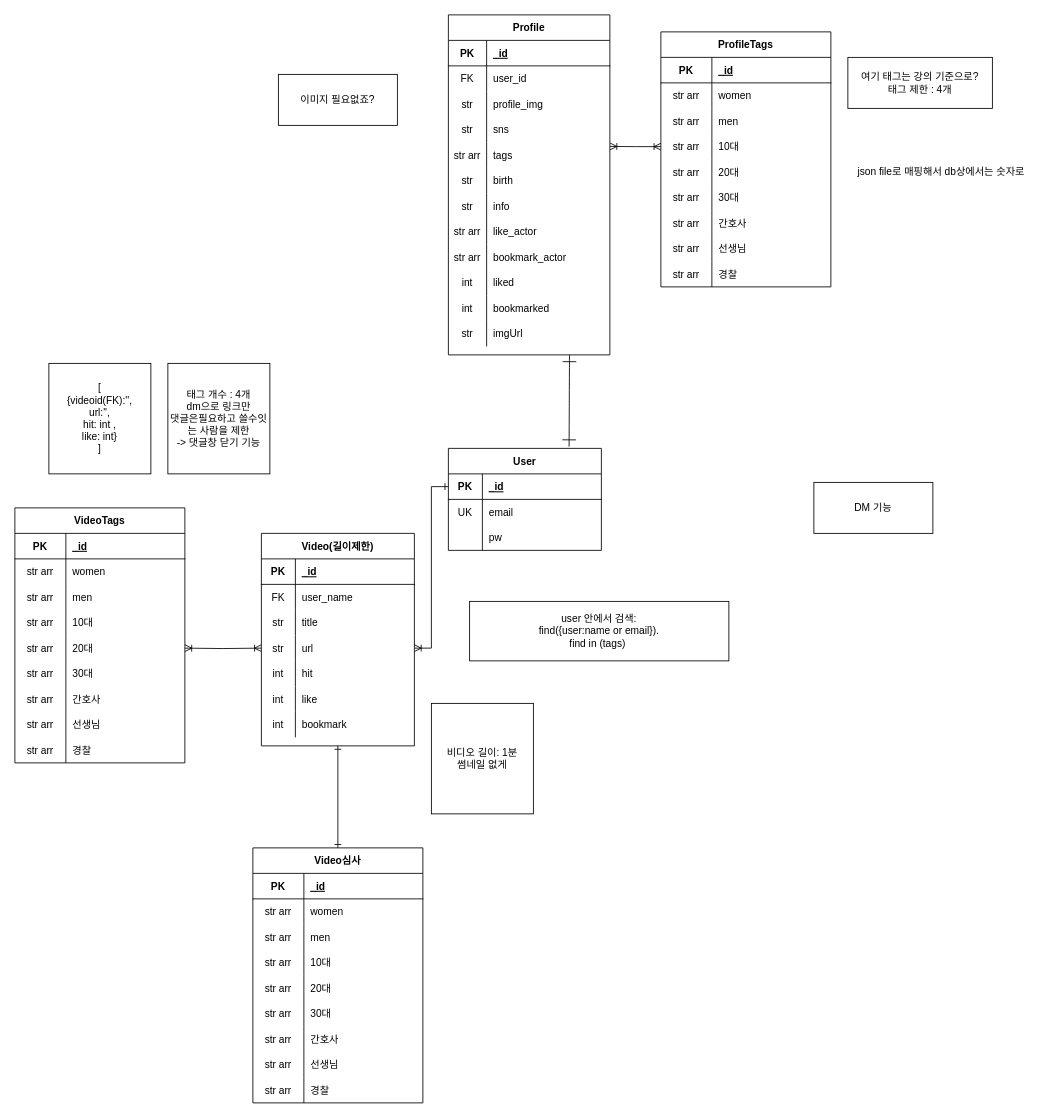
Above: cast2.drawio in wookyoon/cast (draw.io), before the change. Source tidied: cells renumbered, new cells numbered last; positions are measured from the earlier drawing's top-left corner, leaving out a move shared by most shapes. Both pictures are drawn from the tidied source at 85%, with x=0, y=0 at pixel (14, 14).
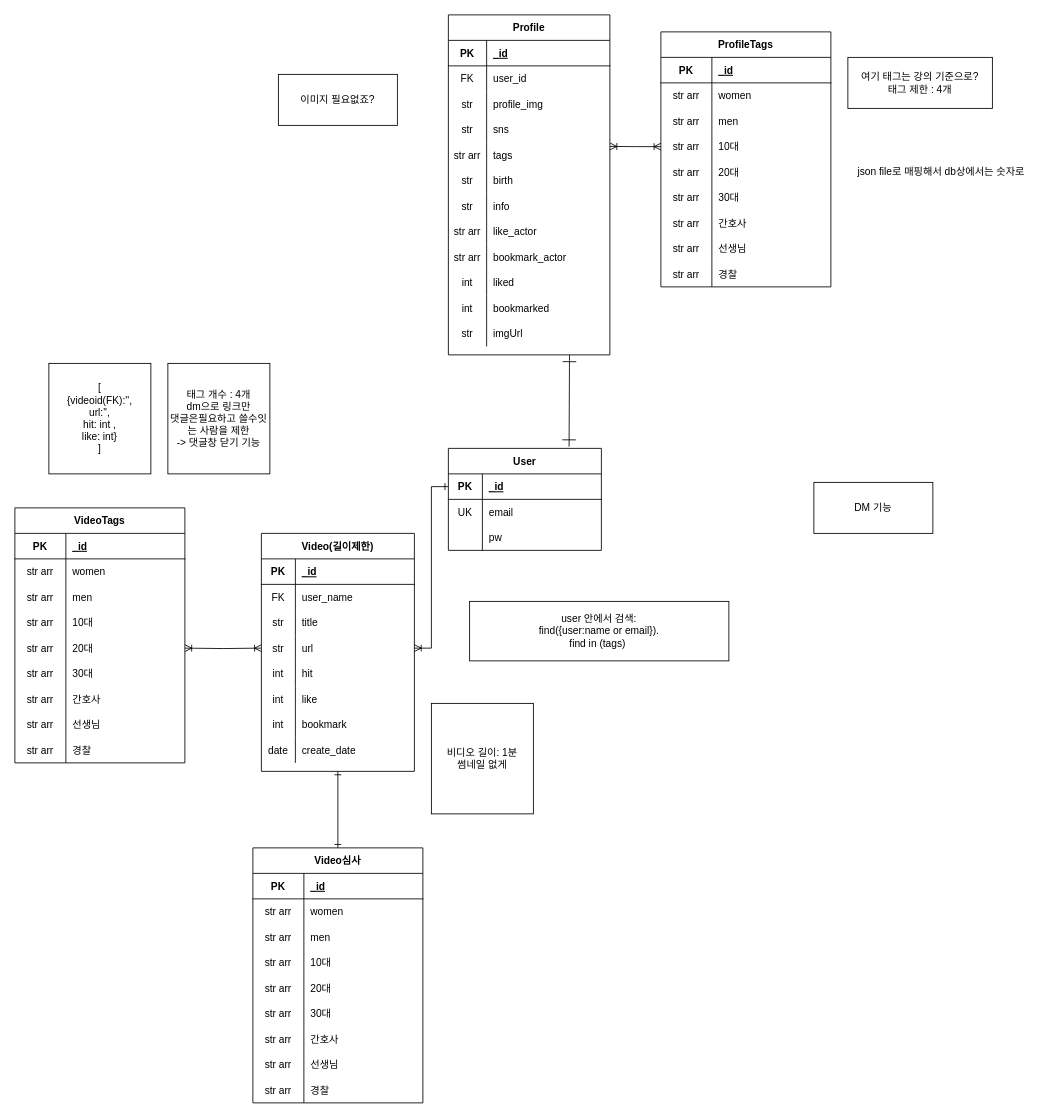
The same page after the edit.

The edit, as a diff of the source:
```diff
@@
     <mxCell id="51" value="Video(길이제한)" style="shape=table;startSize=30;childLayout=tableLayout;rowLines=0;fontStyle=1;align=center;hachureGap=4;" parent="1" vertex="1">
-      <mxGeometry x="290" y="610" width="180" height="250" as="geometry" />
+      <mxGeometry x="290" y="610" width="180" height="280" as="geometry" />
     </mxCell>
@@
+    <mxCell id="168" style="shape=tableRow;horizontal=0;startSize=0;swimlaneHead=0;swimlaneBody=0;fillColor=none;top=0;left=0;right=0;bottom=0;hachureGap=4;" parent="51" vertex="1">
+      <mxGeometry y="240" width="180" height="30" as="geometry" />
+    </mxCell>
+    <mxCell id="169" value="date" style="shape=partialRectangle;fillColor=none;top=0;left=0;bottom=0;right=0;overflow=hidden;hachureGap=4;" parent="168" vertex="1">
+      <mxGeometry width="40" height="30" as="geometry" />
+    </mxCell>
+    <mxCell id="170" value="create_date" style="shape=partialRectangle;fillColor=none;top=0;left=0;bottom=0;right=0;align=left;spacingLeft=6;overflow=hidden;hachureGap=4;" parent="168" vertex="1">
+      <mxGeometry x="40" width="140" height="30" as="geometry" />
+    </mxCell>
```
